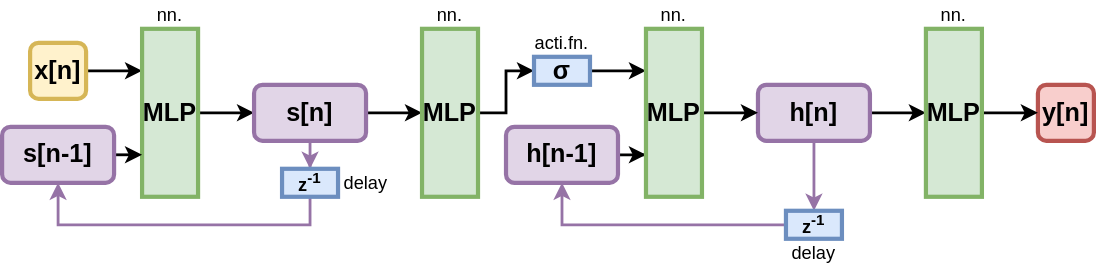
Above: multivar_cascaded_deep_rnn_example.svg in yyhtbs-yye/course_images (draw.io), before the change. Source tidied: cells renumbered, new cells last; positions are measured from the earlier drawing's top-left corner, leaving out a move shared by most shapes.
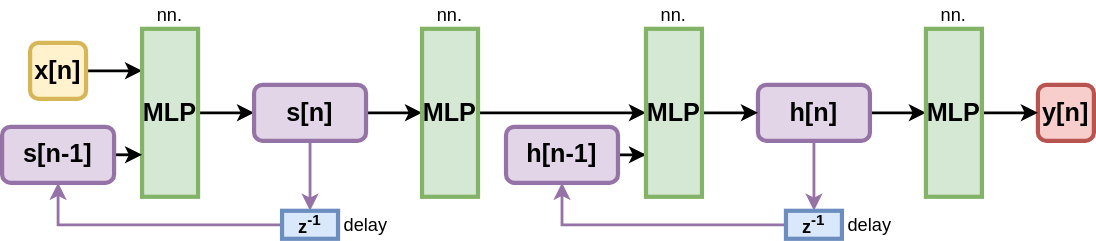
After the change.

Change to the diagram source:
```diff
@@ -26,7 +26,7 @@
     <mxCell id="9" value="y[n]" style="rounded=1;whiteSpace=wrap;html=1;fillColor=#f8cecc;strokeColor=#b85450;fontStyle=1;fontSize=18;strokeWidth=3;" parent="1" vertex="1">
       <mxGeometry x="740" y="60" width="40" height="40" as="geometry" />
     </mxCell>
-    <mxCell id="10" style="edgeStyle=orthogonalEdgeStyle;rounded=0;jettySize=auto;html=1;strokeWidth=2;fontSize=18;" parent="1" edge="1" source="11" target="20">
+    <mxCell id="10" style="edgeStyle=orthogonalEdgeStyle;rounded=0;jettySize=auto;html=1;strokeWidth=2;fontSize=18;" parent="1" edge="1" source="11" target="34">
       <mxGeometry relative="1" as="geometry" />
     </mxCell>
     <mxCell id="11" value="MLP" style="rounded=0;whiteSpace=wrap;html=1;fillColor=#d5e8d4;strokeColor=#82b366;fontStyle=1;fontSize=18;strokeWidth=3;" parent="1" vertex="1">
@@ -41,7 +41,7 @@
       </mxGeometry>
     </mxCell>
     <mxCell id="13" value="z&lt;sup&gt;-1&lt;/sup&gt;" style="rounded=0;whiteSpace=wrap;html=1;fillColor=#dae8fc;strokeColor=#6c8ebf;fontStyle=1;fontSize=13;strokeWidth=3;" parent="1" vertex="1">
-      <mxGeometry x="200" y="120" width="40" height="20" as="geometry" />
+      <mxGeometry x="200" y="150" width="40" height="20" as="geometry" />
     </mxCell>
     <mxCell id="14" style="edgeStyle=orthogonalEdgeStyle;rounded=0;jettySize=auto;html=1;exitX=1;exitY=0.5;exitDx=0;exitDy=0;entryX=0;entryY=0.75;entryDx=0;entryDy=0;strokeWidth=2;" parent="1" edge="1" source="15" target="5">
       <mxGeometry relative="1" as="geometry" />
@@ -50,7 +50,7 @@
       <mxGeometry y="90" width="80" height="40" as="geometry" />
     </mxCell>
     <mxCell id="16" value="delay" style="text;html=1;strokeColor=none;fillColor=none;align=center;verticalAlign=middle;whiteSpace=wrap;rounded=0;fontSize=13;" parent="1" vertex="1">
-      <mxGeometry x="240" y="120" width="40" height="20" as="geometry" />
+      <mxGeometry x="240" y="150" width="40" height="20" as="geometry" />
     </mxCell>
     <mxCell id="17" value="nn." style="text;html=1;strokeColor=none;fillColor=none;align=center;verticalAlign=middle;whiteSpace=wrap;rounded=0;fontSize=13;" parent="1" vertex="1">
       <mxGeometry x="100" width="40" height="20" as="geometry" />
@@ -58,12 +58,6 @@
     <mxCell id="18" value="nn." style="text;html=1;strokeColor=none;fillColor=none;align=center;verticalAlign=middle;whiteSpace=wrap;rounded=0;fontSize=13;" parent="1" vertex="1">
       <mxGeometry x="300" width="40" height="20" as="geometry" />
     </mxCell>
-    <mxCell id="19" style="edgeStyle=orthogonalEdgeStyle;rounded=0;jettySize=auto;html=1;strokeWidth=2;fontSize=18;entryX=0;entryY=0.25;entryDx=0;entryDy=0;" parent="1" edge="1" source="20" target="34">
-      <mxGeometry relative="1" as="geometry" />
-    </mxCell>
-    <mxCell id="20" value="σ" style="rounded=0;whiteSpace=wrap;html=1;fillColor=#dae8fc;strokeColor=#6c8ebf;fontStyle=1;fontSize=18;strokeWidth=3;" parent="1" vertex="1">
-      <mxGeometry x="380" y="40" width="40" height="20" as="geometry" />
-    </mxCell>
     <mxCell id="21" style="edgeStyle=orthogonalEdgeStyle;rounded=0;jettySize=auto;html=1;strokeWidth=2;fontSize=18;" parent="1" edge="1" source="22" target="25">
       <mxGeometry relative="1" as="geometry" />
     </mxCell>
@@ -92,11 +86,8 @@
       <mxGeometry x="360" y="90" width="80" height="40" as="geometry" />
     </mxCell>
     <mxCell id="30" value="delay" style="text;html=1;strokeColor=none;fillColor=none;align=center;verticalAlign=middle;whiteSpace=wrap;rounded=0;fontSize=13;" parent="1" vertex="1">
-      <mxGeometry x="560" y="170" width="40" height="20" as="geometry" />
+      <mxGeometry x="600" y="150" width="40" height="20" as="geometry" />
     </mxCell>
-    <mxCell id="31" value="acti.fn." style="text;html=1;strokeColor=none;fillColor=none;align=center;verticalAlign=middle;whiteSpace=wrap;rounded=0;fontSize=13;" parent="1" vertex="1">
-      <mxGeometry x="380" y="20" width="40" height="20" as="geometry" />
-    </mxCell>
     <mxCell id="32" value="nn." style="text;html=1;strokeColor=none;fillColor=none;align=center;verticalAlign=middle;whiteSpace=wrap;rounded=0;fontSize=13;" parent="1" vertex="1">
       <mxGeometry x="660" width="40" height="20" as="geometry" />
     </mxCell>
```
